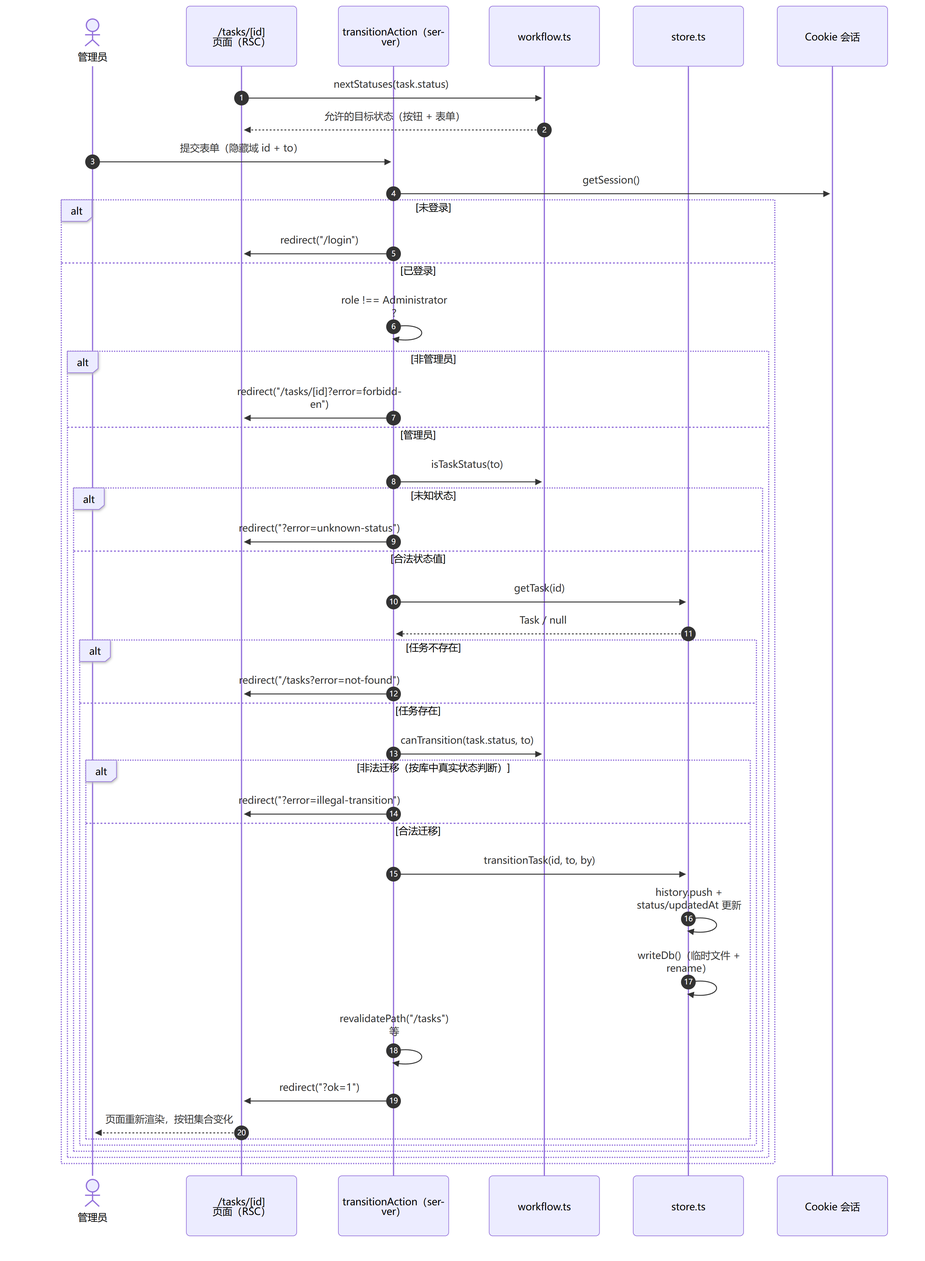
The Mermaid diagram docs/images/05-transition-sequence.png in yiyumeng233-wq/Task-manager, before a commit. Its source is kept beside it as docs/diagrams/src/05-transition-sequence.mmd. Its diagram source:
```mermaid
sequenceDiagram
    autonumber
    actor U as 管理员
    participant PG as /tasks/[id] 页面（RSC）
    participant AC as transitionAction（server）
    participant WF as workflow.ts
    participant ST as store.ts
    participant CO as Cookie 会话

    PG->>WF: nextStatuses(task.status)
    WF-->>PG: 允许的目标状态（按钮 + 表单）
    U->>AC: 提交表单（隐藏域 id + to）
    AC->>CO: getSession()
    alt 未登录
        AC->>PG: redirect("/login")
    else 已登录
        AC->>AC: role !== Administrator ?
        alt 非管理员
            AC->>PG: redirect("/tasks/[id]?error=forbidden")
        else 管理员
            AC->>WF: isTaskStatus(to)
            alt 未知状态
                AC->>PG: redirect("?error=unknown-status")
            else 合法状态值
                AC->>ST: getTask(id)
                ST-->>AC: Task / null
                alt 任务不存在
                    AC->>PG: redirect("/tasks?error=not-found")
                else 任务存在
                    AC->>WF: canTransition(task.status, to)
                    alt 非法迁移（按库中真实状态判断）
                        AC->>PG: redirect("?error=illegal-transition")
                    else 合法迁移
                        AC->>ST: transitionTask(id, to, by)
                        ST->>ST: history.push + status/updatedAt 更新
                        ST->>ST: writeDb()（临时文件 + rename）
                        AC->>AC: revalidatePath("/tasks") 等
                        AC->>PG: redirect("?ok=1")
                        PG-->>U: 页面重新渲染，按钮集合变化
                    end
                end
            end
        end
    end
```
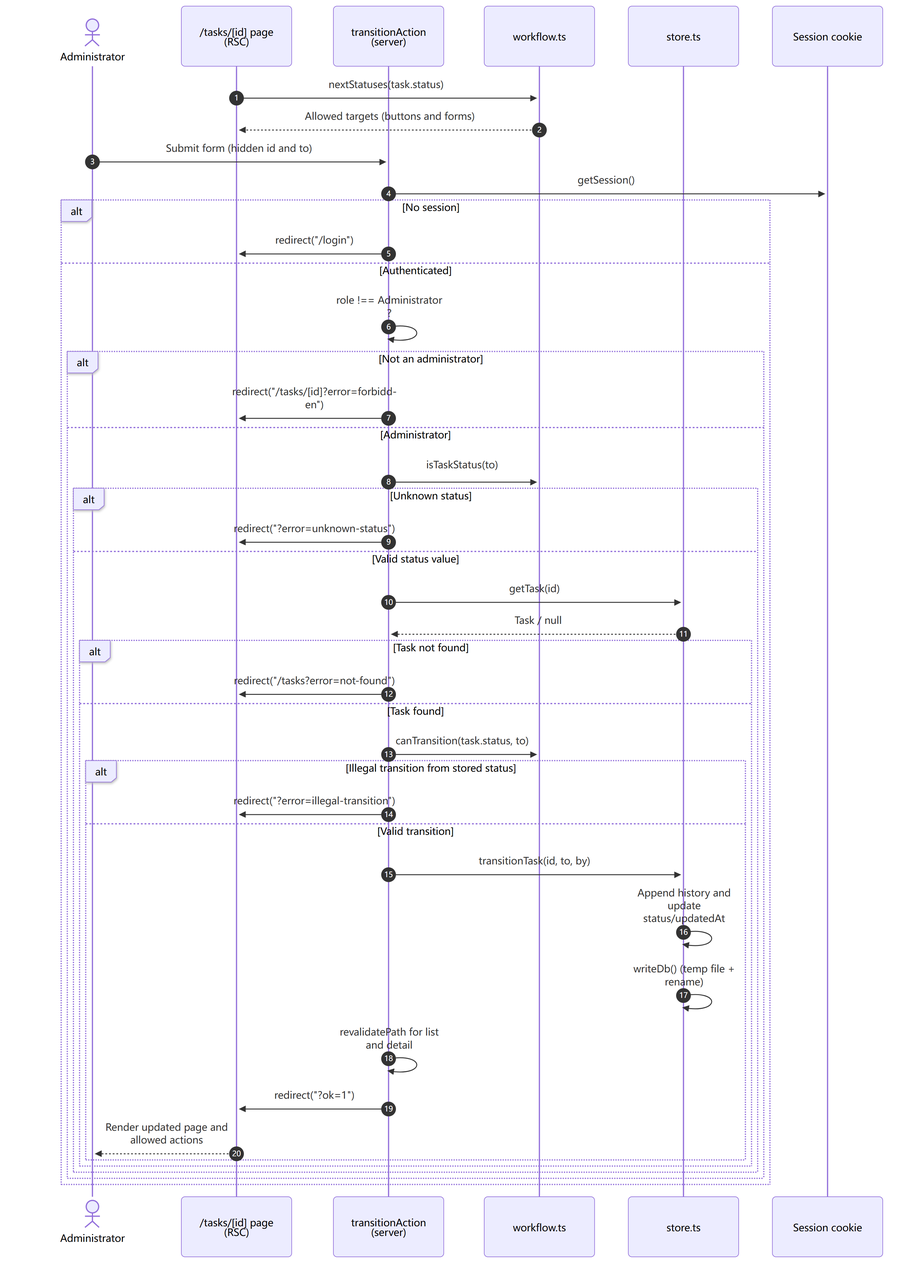
Later version of the same file.

The edit, as a diff of the source:
```diff
@@ -1,42 +1,42 @@
 sequenceDiagram
     autonumber
-    actor U as 管理员
-    participant PG as /tasks/[id] 页面（RSC）
-    participant AC as transitionAction（server）
+    actor U as Administrator
+    participant PG as /tasks/[id] page (RSC)
+    participant AC as transitionAction (server)
     participant WF as workflow.ts
     participant ST as store.ts
-    participant CO as Cookie 会话
+    participant CO as Session cookie
 
     PG->>WF: nextStatuses(task.status)
-    WF-->>PG: 允许的目标状态（按钮 + 表单）
-    U->>AC: 提交表单（隐藏域 id + to）
+    WF-->>PG: Allowed targets (buttons and forms)
+    U->>AC: Submit form (hidden id and to)
     AC->>CO: getSession()
-    alt 未登录
+    alt No session
         AC->>PG: redirect("/login")
-    else 已登录
+    else Authenticated
         AC->>AC: role !== Administrator ?
-        alt 非管理员
+        alt Not an administrator
             AC->>PG: redirect("/tasks/[id]?error=forbidden")
-        else 管理员
+        else Administrator
             AC->>WF: isTaskStatus(to)
-            alt 未知状态
+            alt Unknown status
                 AC->>PG: redirect("?error=unknown-status")
-            else 合法状态值
+            else Valid status value
                 AC->>ST: getTask(id)
                 ST-->>AC: Task / null
-                alt 任务不存在
+                alt Task not found
                     AC->>PG: redirect("/tasks?error=not-found")
-                else 任务存在
+                else Task found
                     AC->>WF: canTransition(task.status, to)
-                    alt 非法迁移（按库中真实状态判断）
+                    alt Illegal transition from stored status
                         AC->>PG: redirect("?error=illegal-transition")
-                    else 合法迁移
+                    else Valid transition
                         AC->>ST: transitionTask(id, to, by)
-                        ST->>ST: history.push + status/updatedAt 更新
-                        ST->>ST: writeDb()（临时文件 + rename）
-                        AC->>AC: revalidatePath("/tasks") 等
+                        ST->>ST: Append history and update status/updatedAt
+                        ST->>ST: writeDb() (temp file + rename)
+                        AC->>AC: revalidatePath for list and detail
                         AC->>PG: redirect("?ok=1")
-                        PG-->>U: 页面重新渲染，按钮集合变化
+                        PG-->>U: Render updated page and allowed actions
                     end
                 end
             end
```
